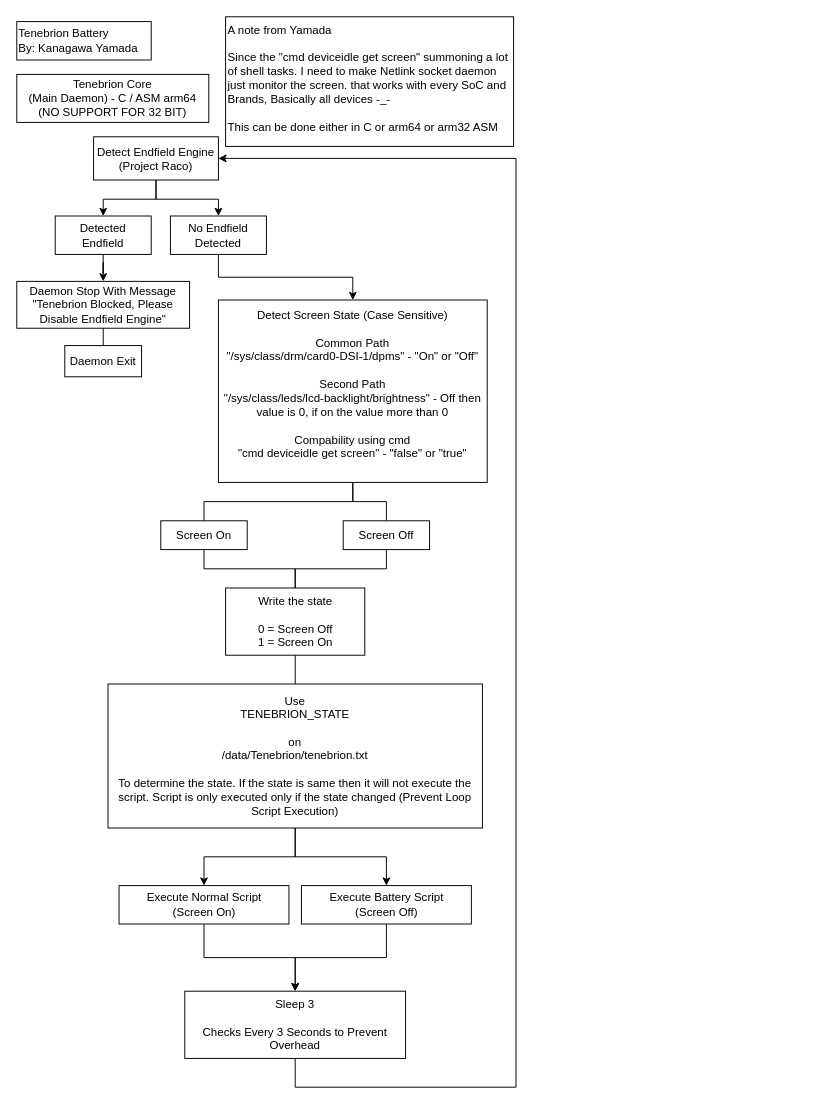
Above: IMG & Concept/Concept ot Tenebrion.drawio in LoggingNewMemory/Tenebrion-Battery (draw.io), before the change. Source tidied: cells renumbered, new cells numbered last; positions are measured from the earlier drawing's top-left corner, leaving out a move shared by most shapes. Both pictures are drawn from the tidied source at 96%, with x=0, y=0 at pixel (16, 16).
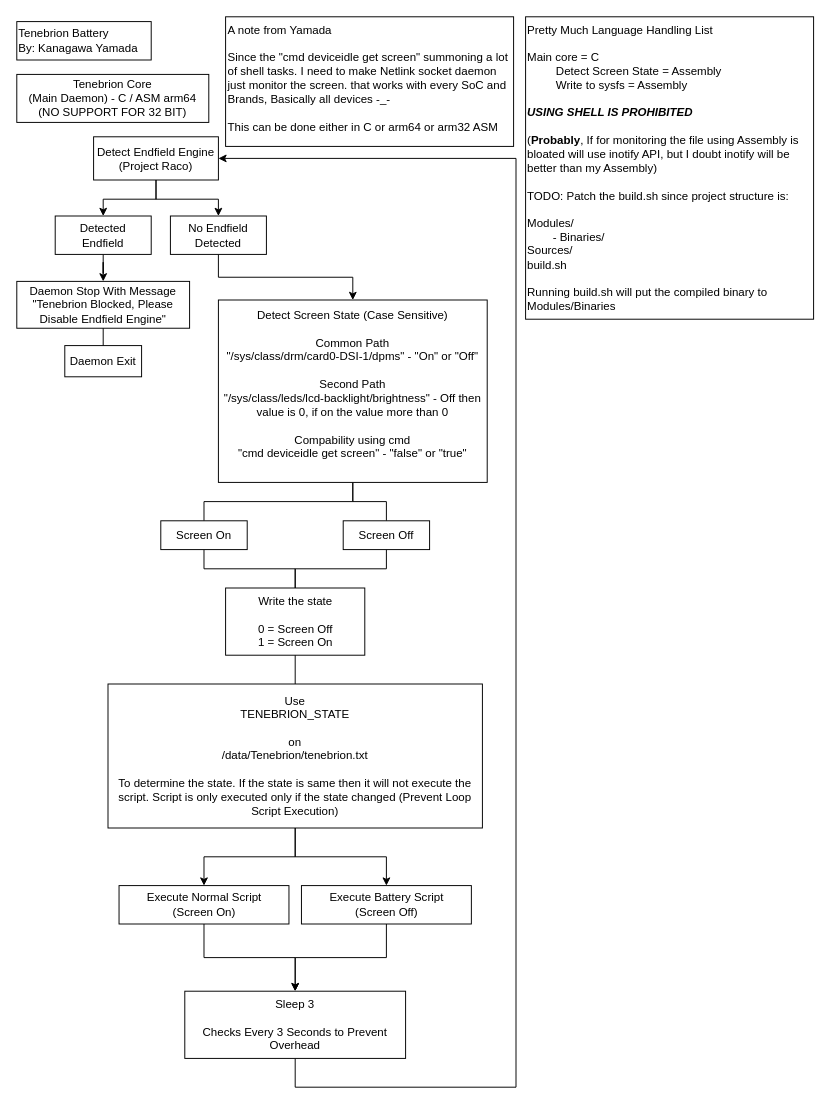
The same diagram, later.

What changed in the source:
```diff
@@
+    <mxCell id="33" value="Pretty Much Language Handling List&lt;div&gt;&lt;br&gt;&lt;/div&gt;&lt;div&gt;Main core = C&lt;/div&gt;&lt;div&gt;&amp;nbsp; &amp;nbsp; &amp;nbsp; &amp;nbsp; &amp;nbsp;Detect Screen State = Assembly&lt;/div&gt;&lt;div&gt;&amp;nbsp; &amp;nbsp; &amp;nbsp; &amp;nbsp; &amp;nbsp;Write to sysfs = Assembly&lt;/div&gt;&lt;div&gt;&lt;br&gt;&lt;/div&gt;&lt;div&gt;&lt;b&gt;&lt;i&gt;USING SHELL IS PROHIBITED&lt;/i&gt;&lt;/b&gt;&lt;/div&gt;&lt;div&gt;&lt;br&gt;&lt;/div&gt;&lt;div&gt;(&lt;b&gt;Probably&lt;/b&gt;, If for monitoring the file using Assembly is bloated will use inotify API, but I doubt inotify will be better than my Assembly)&lt;/div&gt;&lt;div&gt;&lt;br&gt;&lt;/div&gt;&lt;div&gt;TODO: Patch the build.sh since project structure is:&lt;/div&gt;&lt;div&gt;&lt;br&gt;&lt;/div&gt;&lt;div&gt;Modules/&lt;/div&gt;&lt;div&gt;&lt;span style=&quot;white-space: pre;&quot;&gt;&#9;&lt;/span&gt;- Binaries/&lt;br&gt;&lt;/div&gt;&lt;div&gt;Sources/&lt;/div&gt;&lt;div&gt;build.sh&lt;/div&gt;&lt;div&gt;&lt;br&gt;&lt;/div&gt;&lt;div&gt;Running build.sh will put the compiled binary to Modules/Binaries&lt;/div&gt;" style="rounded=0;whiteSpace=wrap;html=1;align=left;verticalAlign=top;" parent="1" vertex="1">
+      <mxGeometry x="530" width="300" height="315" as="geometry" />
+    </mxCell>
```
